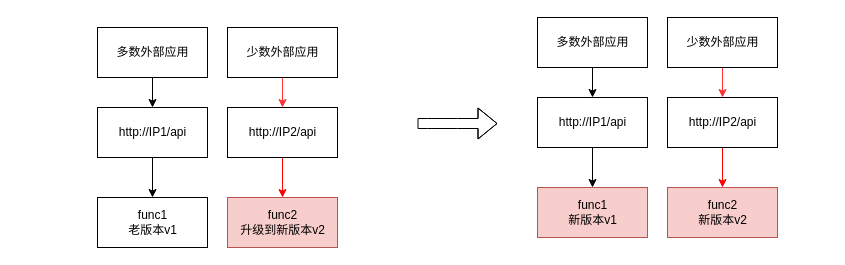
Before: page "拆分后发版方案" (5 of 6) of devops.drawio in mashifei/uml, a draw.io diagram. Source tidied: cells renumbered, new cells numbered last; positions are measured from the earlier drawing's top-left corner, leaving out a move shared by most shapes. Both pictures are drawn from the tidied source at 100%, with x=0, y=0 at pixel (97, 17).
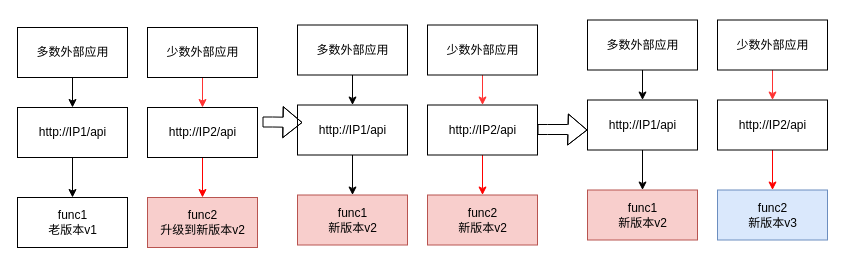
The same diagram, later.

The edit, as a diff of the source:
```diff
@@
     <mxCell id="2" value="func1&lt;br&gt;老版本v1" style="html=1;rounded=0;strokeColor=#000000;" parent="1" vertex="1">
-      <mxGeometry y="180" width="110" height="50" as="geometry" />
+      <mxGeometry x="-80" y="180" width="110" height="50" as="geometry" />
     </mxCell>
     <mxCell id="3" value="func2&lt;br&gt;升级到新版本v2" style="html=1;rounded=0;strokeColor=#b85450;fillColor=#f8cecc;" parent="1" vertex="1">
-      <mxGeometry x="130" y="180" width="110" height="50" as="geometry" />
+      <mxGeometry x="50" y="180" width="110" height="50" as="geometry" />
     </mxCell>
@@
     <mxCell id="5" value="http://IP1/api" style="html=1;rounded=0;strokeColor=#000000;" parent="1" vertex="1">
-      <mxGeometry y="90" width="110" height="50" as="geometry" />
+      <mxGeometry x="-80" y="90" width="110" height="50" as="geometry" />
     </mxCell>
@@
     <mxCell id="7" value="多数外部应用" style="html=1;rounded=0;strokeColor=#000000;" parent="1" vertex="1">
-      <mxGeometry y="10" width="110" height="50" as="geometry" />
+      <mxGeometry x="-80" y="10" width="110" height="50" as="geometry" />
     </mxCell>
@@
     <mxCell id="9" value="http://IP2/api" style="html=1;rounded=0;strokeColor=#000000;" parent="1" vertex="1">
-      <mxGeometry x="130" y="90" width="110" height="50" as="geometry" />
+      <mxGeometry x="50" y="90" width="110" height="50" as="geometry" />
     </mxCell>
@@
     <mxCell id="11" value="少数外部应用" style="html=1;rounded=0;strokeColor=#000000;" parent="1" vertex="1">
-      <mxGeometry x="130" y="10" width="110" height="50" as="geometry" />
+      <mxGeometry x="50" y="10" width="110" height="50" as="geometry" />
     </mxCell>
-    <mxCell id="12" value="func1&lt;br&gt;新版本v1" style="html=1;rounded=0;strokeColor=#b85450;fillColor=#f8cecc;" parent="1" vertex="1">
-      <mxGeometry x="440" y="170" width="110" height="50" as="geometry" />
+    <mxCell id="12" value="func1&lt;br&gt;新版本v2" style="html=1;rounded=0;strokeColor=#b85450;fillColor=#f8cecc;" parent="1" vertex="1">
+      <mxGeometry x="200" y="177.5" width="110" height="50" as="geometry" />
     </mxCell>
     <mxCell id="13" value="func2&lt;br&gt;新版本v2" style="html=1;rounded=0;strokeColor=#b85450;fillColor=#f8cecc;" parent="1" vertex="1">
-      <mxGeometry x="570" y="170" width="110" height="50" as="geometry" />
+      <mxGeometry x="330" y="177.5" width="110" height="50" as="geometry" />
     </mxCell>
@@
     <mxCell id="15" value="http://IP1/api" style="html=1;rounded=0;strokeColor=#000000;" parent="1" vertex="1">
-      <mxGeometry x="440" y="80" width="110" height="50" as="geometry" />
+      <mxGeometry x="200" y="87.5" width="110" height="50" as="geometry" />
     </mxCell>
@@
     <mxCell id="17" value="多数外部应用" style="html=1;rounded=0;strokeColor=#000000;" parent="1" vertex="1">
-      <mxGeometry x="440" width="110" height="50" as="geometry" />
+      <mxGeometry x="200" y="7.5" width="110" height="50" as="geometry" />
     </mxCell>
@@
     <mxCell id="19" value="http://IP2/api" style="html=1;rounded=0;strokeColor=#000000;" parent="1" vertex="1">
-      <mxGeometry x="570" y="80" width="110" height="50" as="geometry" />
+      <mxGeometry x="330" y="87.5" width="110" height="50" as="geometry" />
     </mxCell>
@@
     <mxCell id="21" value="少数外部应用" style="html=1;rounded=0;strokeColor=#000000;" parent="1" vertex="1">
-      <mxGeometry x="570" width="110" height="50" as="geometry" />
+      <mxGeometry x="330" y="7.5" width="110" height="50" as="geometry" />
     </mxCell>
     <mxCell id="22" style="shape=flexArrow;endArrow=classic;html=1;" parent="1" edge="1">
       <mxGeometry relative="1" as="geometry">
-        <mxPoint x="320" y="106" as="sourcePoint" />
-        <mxPoint x="400" y="106" as="targetPoint" />
+        <mxPoint x="165" y="104.5" as="sourcePoint" />
+        <mxPoint x="205" y="105" as="targetPoint" />
         <Array as="points">
-          <mxPoint x="330" y="106" />
-          <mxPoint x="360" y="106" />
+          <mxPoint x="175" y="104.5" />
         </Array>
       </mxGeometry>
     </mxCell>
+    <mxCell id="23" value="func1&lt;br&gt;新版本v2" style="html=1;rounded=0;strokeColor=#b85450;fillColor=#f8cecc;" parent="1" vertex="1">
+      <mxGeometry x="490" y="172.5" width="110" height="50" as="geometry" />
+    </mxCell>
+    <mxCell id="24" value="func2&lt;br&gt;新版本v3" style="html=1;rounded=0;strokeColor=#6c8ebf;fillColor=#dae8fc;" parent="1" vertex="1">
+      <mxGeometry x="620" y="172.5" width="110" height="50" as="geometry" />
+    </mxCell>
+    <mxCell id="25" style="edgeStyle=none;rounded=0;jettySize=auto;html=1;" parent="1" edge="1" source="26" target="23">
+      <mxGeometry relative="1" as="geometry" />
+    </mxCell>
+    <mxCell id="26" value="http://IP1/api" style="html=1;rounded=0;strokeColor=#000000;" parent="1" vertex="1">
+      <mxGeometry x="490" y="82.5" width="110" height="50" as="geometry" />
+    </mxCell>
+    <mxCell id="27" style="edgeStyle=none;rounded=0;jettySize=auto;html=1;entryX=0.5;entryY=0;entryDx=0;entryDy=0;" parent="1" edge="1" source="28" target="26">
+      <mxGeometry relative="1" as="geometry" />
+    </mxCell>
+    <mxCell id="28" value="多数外部应用" style="html=1;rounded=0;strokeColor=#000000;" parent="1" vertex="1">
+      <mxGeometry x="490" y="2.5" width="110" height="50" as="geometry" />
+    </mxCell>
+    <mxCell id="29" style="edgeStyle=none;rounded=0;jettySize=auto;html=1;strokeColor=#FF0000;" parent="1" edge="1" source="30" target="24">
+      <mxGeometry relative="1" as="geometry" />
+    </mxCell>
+    <mxCell id="30" value="http://IP2/api" style="html=1;rounded=0;strokeColor=#000000;" parent="1" vertex="1">
+      <mxGeometry x="620" y="82.5" width="110" height="50" as="geometry" />
+    </mxCell>
+    <mxCell id="31" style="edgeStyle=none;rounded=0;jettySize=auto;html=1;entryX=0.5;entryY=0;entryDx=0;entryDy=0;strokeColor=#FF3333;" parent="1" edge="1" source="32" target="30">
+      <mxGeometry relative="1" as="geometry" />
+    </mxCell>
+    <mxCell id="32" value="少数外部应用" style="html=1;rounded=0;strokeColor=#000000;" parent="1" vertex="1">
+      <mxGeometry x="620" y="2.5" width="110" height="50" as="geometry" />
+    </mxCell>
+    <mxCell id="33" style="shape=flexArrow;endArrow=classic;html=1;" parent="1" edge="1">
+      <mxGeometry relative="1" as="geometry">
+        <mxPoint x="440" y="112" as="sourcePoint" />
+        <mxPoint x="490" y="112.5" as="targetPoint" />
+        <Array as="points">
+          <mxPoint x="450" y="112" />
+          <mxPoint x="470" y="112" />
+        </Array>
+      </mxGeometry>
+    </mxCell>
```
